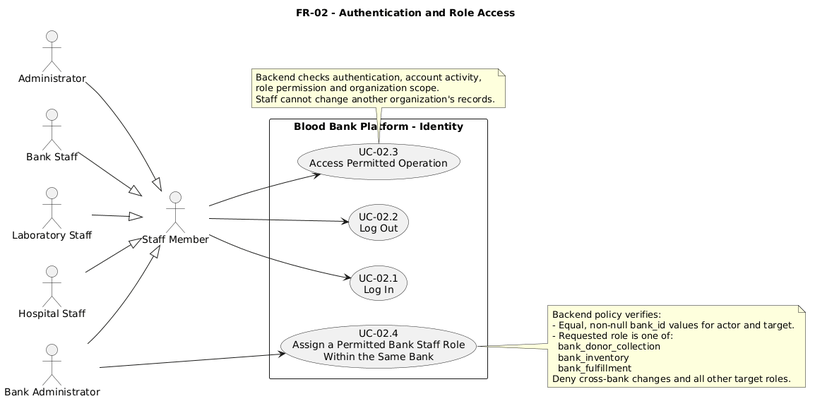
Before: docs/uml/Use Case/UC-02-Identity.png, a diagram exported from PlantUML (TitanDevX/BloodBankPlatformUni).
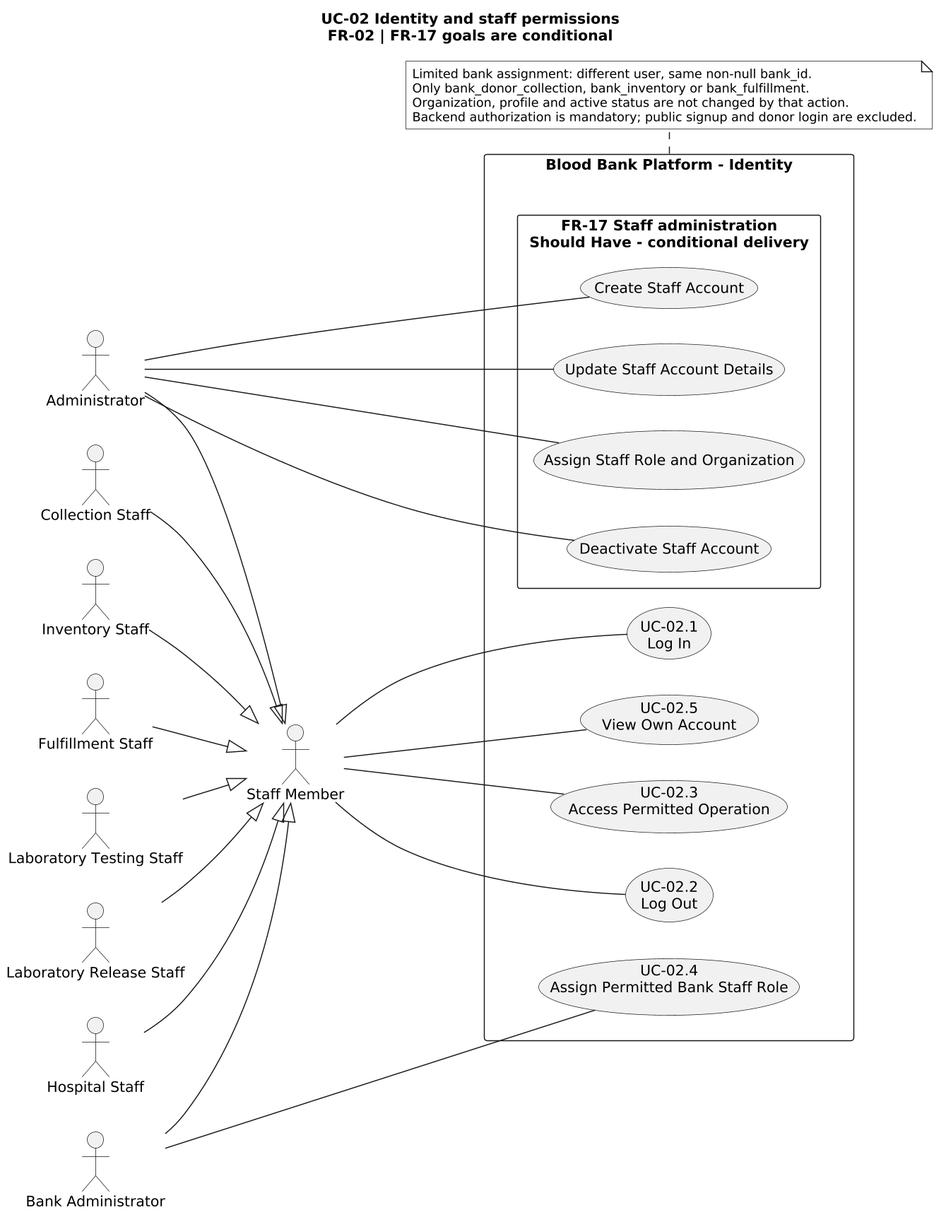
After the commit.

Diff of the diagram source:
```diff
@@ -1,40 +1,57 @@
 @startuml
-title FR-02 - Authentication and Role Access
+title UC-02 Identity and staff permissions\nFR-02 | FR-17 goals are conditional
+skinparam monochrome true
+skinparam shadowing false
+skinparam defaultFontName Arial
+skinparam defaultFontSize 14
+skinparam ArrowFontSize 13
+skinparam noteFontSize 12
+skinparam dpi 140
 left to right direction
 skinparam packageStyle rectangle
 actor "Staff Member" as Staff
 actor "Administrator" as Admin
-actor "Bank Administrator" as BankAdmin
-actor "Bank Staff" as BankStaff
-actor "Laboratory Staff" as LabStaff
-actor "Hospital Staff" as HospitalStaff
+actor "Bank Administrator" as BA
+actor "Collection Staff" as Collection
+actor "Inventory Staff" as Inventory
+actor "Fulfillment Staff" as Fulfillment
+actor "Laboratory Testing Staff" as Testing
+actor "Laboratory Release Staff" as Release
+actor "Hospital Staff" as Hospital
 Admin --|> Staff
-BankAdmin --|> Staff
-BankStaff --|> Staff
-LabStaff --|> Staff
-HospitalStaff --|> Staff
-rectangle "Blood Bank Platform - Identity" {
-  usecase "UC-02.1\nLog In" as Login
-  usecase "UC-02.2\nLog Out" as Logout
-  usecase "UC-02.3\nAccess Permitted Operation" as Access
-  usecase "UC-02.4\nAssign a Permitted Bank Staff Role\nWithin the Same Bank" as Assign
+BA --|> Staff
+Collection --|> Staff
+Inventory --|> Staff
+Fulfillment --|> Staff
+Testing --|> Staff
+Release --|> Staff
+Hospital --|> Staff
+rectangle "Blood Bank Platform - Identity" as Platform {
+ usecase "UC-02.1\nLog In" as Login
+ usecase "UC-02.2\nLog Out" as Logout
+ usecase "UC-02.3\nAccess Permitted Operation" as Access
+ usecase "UC-02.5\nView Own Account" as Own
+ usecase "UC-02.4\nAssign Permitted Bank Staff Role" as Assign
+ package "FR-17 Staff administration\nShould Have - conditional delivery" {
+  usecase "Create Staff Account" as Create
+  usecase "Update Staff Account Details" as Update
+  usecase "Assign Staff Role and Organization" as GeneralAssign
+  usecase "Deactivate Staff Account" as Deactivate
+ }
 }
-Staff --> Login
-Staff --> Logout
-Staff --> Access
-BankAdmin --> Assign
-note right of Assign
-  Backend policy verifies:
-  - Equal, non-null bank_id values for actor and target.
-  - Requested role is one of:
-    bank_donor_collection
-    bank_inventory
-    bank_fulfillment
-  Deny cross-bank changes and all other target roles.
-end note
-note bottom of Access
-  Backend checks authentication, account activity,
-  role permission and organization scope.
-  Staff cannot change another organization's records.
+Staff -- Login
+Staff -- Logout
+Staff -- Access
+Staff -- Own
+BA -- Assign
+Admin -- Create
+Admin -- Update
+Admin -- GeneralAssign
+Admin -- Deactivate
+note bottom of Platform
+ Limited bank assignment: different user, same non-null bank_id.
+ Only bank_donor_collection, bank_inventory or bank_fulfillment.
+ Organization, profile and active status are not changed by that action.
+ Backend authorization is mandatory; public signup and donor login are excluded.
 end note
 @enduml
```
